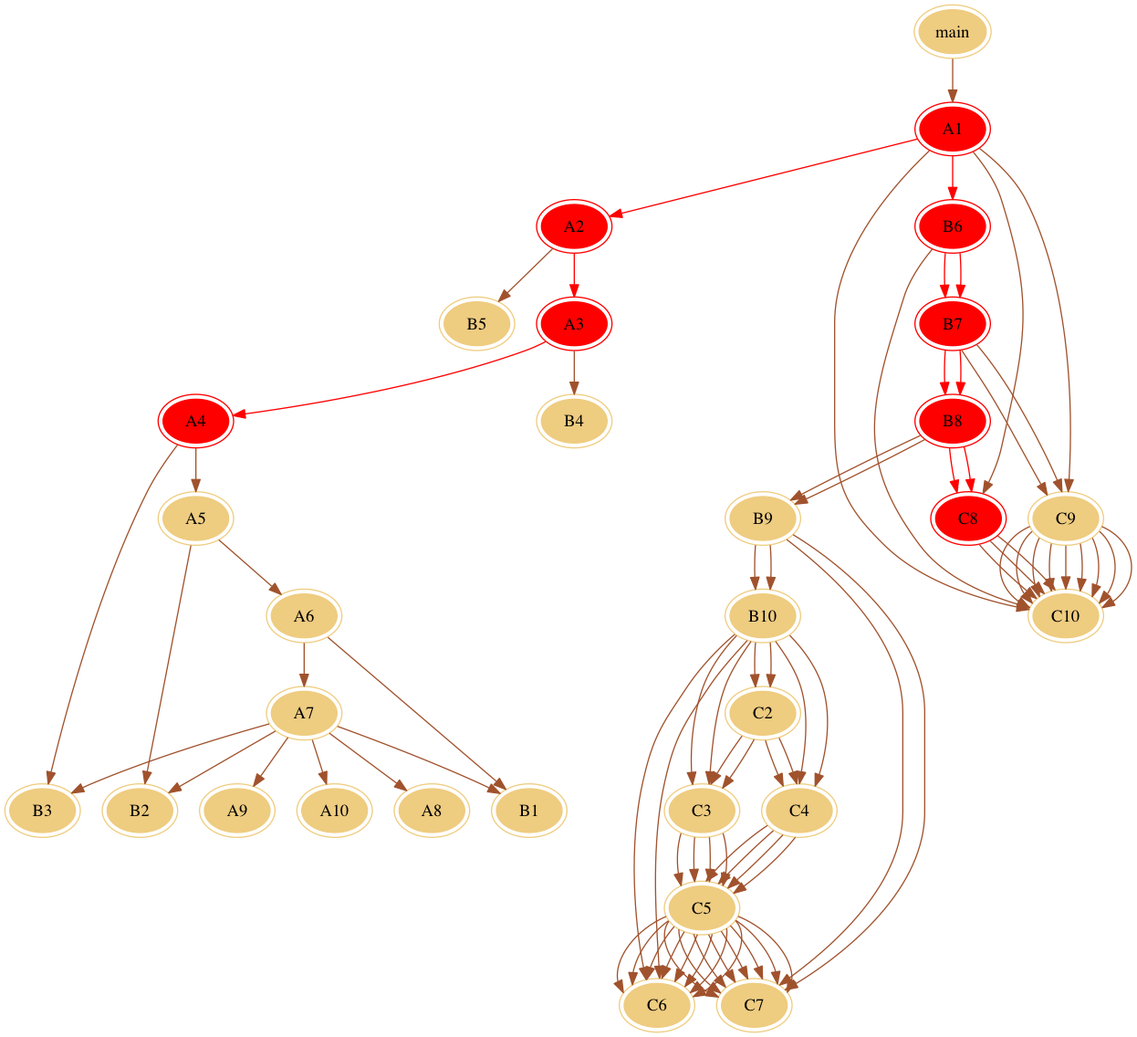
This is out/dot/match.png from carsonshan/AspectJIdea, a Graphviz export, as it was before one commit. Its source is kept beside it as out/dot/match.dot.
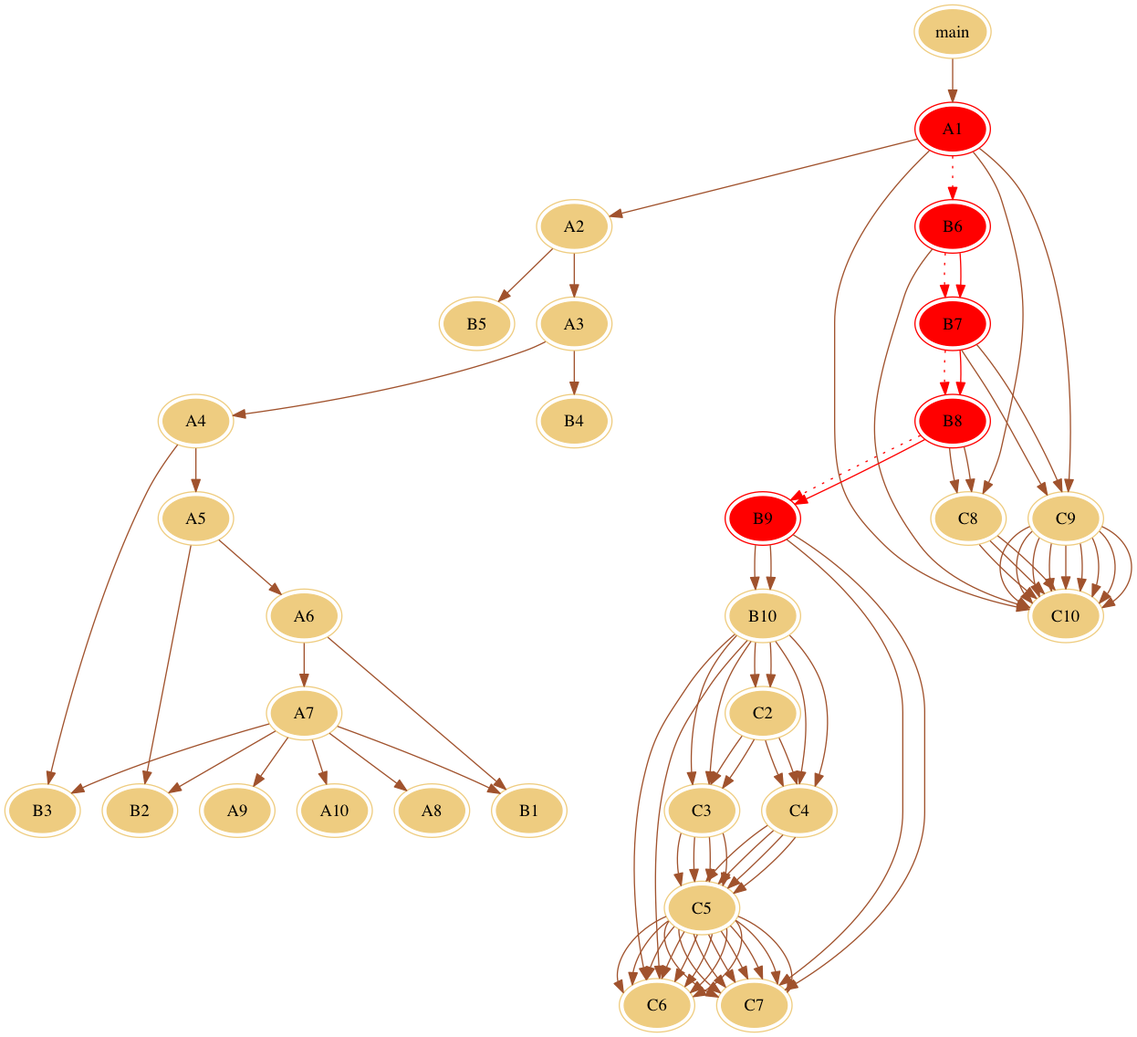
Later version of the same file.

Change to the diagram source:
```diff
@@ -3,9 +3,9 @@
     node [peripheries=2 style=filled color="#eecc80"]
     edge [color="sienna" fontcolor="green"]
 main -> A1;
-A1 -> A2[color=red];
-A2 -> A3[color=red];
-A3 -> A4[color=red];
+A1 -> A2;
+A2 -> A3;
+A3 -> A4;
 A4 -> A5;
 A5 -> A6;
 A6 -> A7;
@@ -20,10 +20,10 @@
 A4 -> B3;
 A3 -> B4;
 A2 -> B5;
-A1 -> B6[color=red];
-B6 -> B7[color=red];
-B7 -> B8[color=red];
-B8 -> B9;
+A1 -> B6[color=red, style = dotted];
+B6 -> B7[color=red, style = dotted];
+B7 -> B8[color=red, style = dotted];
+B8 -> B9[color=red, style = dotted];
 B9 -> B10;
 B10 -> C2;
 C2 -> C3;
@@ -44,7 +44,7 @@
 C5 -> C7;
 B10 -> C6;
 B9 -> C7;
-B8 -> C8[color=red];
+B8 -> C8;
 C8 -> C10;
 B7 -> C9;
 C9 -> C10;
@@ -52,7 +52,7 @@
 C9 -> C10;
 B6 -> B7[color=red];
 B7 -> B8[color=red];
-B8 -> B9;
+B8 -> B9[color=red];
 B9 -> B10;
 B10 -> C2;
 C2 -> C3;
@@ -73,7 +73,7 @@
 C5 -> C7;
 B10 -> C6;
 B9 -> C7;
-B8 -> C8[color=red];
+B8 -> C8;
 C8 -> C10;
 B7 -> C9;
 C9 -> C10;
@@ -88,24 +88,18 @@
 A1 -> C8;
 C8 -> C10;
 A1[color=red];
-A2[color=red];
-A2[color=red];
-A3[color=red];
-A3[color=red];
-A4[color=red];
-A1[color=red];
 B6[color=red];
 B6[color=red];
 B7[color=red];
 B7[color=red];
 B8[color=red];
 B8[color=red];
-C8[color=red];
+B9[color=red];
 B6[color=red];
 B7[color=red];
 B7[color=red];
 B8[color=red];
 B8[color=red];
-C8[color=red];
+B9[color=red];
 
 }
```
